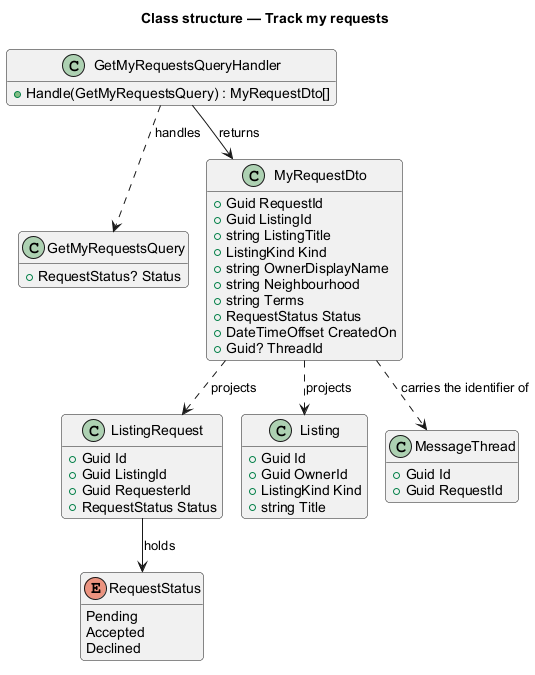
Before: docs/detailed-designs/requests/track-my-requests/diagrams/class-structure.png, a diagram exported from PlantUML (QuinntyneBrown/Barnabas).
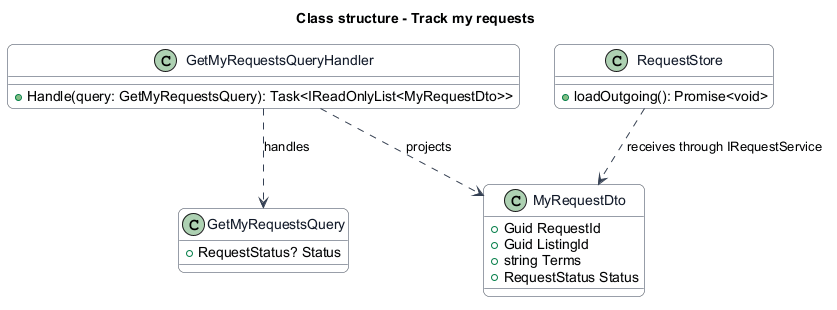
The same file after the commit.

The edit, as a diff of the source:
```diff
@@ -1,56 +1,40 @@
 @startuml
-!pragma layout smetana
-title Class structure — Track my requests
 skinparam backgroundColor #FFFFFF
 skinparam shadowing false
-skinparam roundcorner 8
+skinparam roundcorner 12
 skinparam defaultFontName Arial
-hide empty members
-
+skinparam ArrowColor #344054
+skinparam rectangle {
+  BorderColor #344054
+  FontColor #101828
+}
+skinparam package {
+  BorderColor #667085
+  FontColor #101828
+  BackgroundColor #F9FAFB
+}
+skinparam class {
+  BorderColor #344054
+  FontColor #101828
+  BackgroundColor #F9FAFB
+}
+title Class structure - Track my requests
 class GetMyRequestsQuery {
   +RequestStatus? Status
 }
 class GetMyRequestsQueryHandler {
-  +Handle(GetMyRequestsQuery) : MyRequestDto[]
+  +Handle(query: GetMyRequestsQuery): Task<IReadOnlyList<MyRequestDto>>
 }
 class MyRequestDto {
   +Guid RequestId
   +Guid ListingId
-  +string ListingTitle
-  +ListingKind Kind
-  +string OwnerDisplayName
-  +string Neighbourhood
   +string Terms
   +RequestStatus Status
-  +DateTimeOffset CreatedOn
-  +Guid? ThreadId
 }
-class ListingRequest {
-  +Guid Id
-  +Guid ListingId
-  +Guid RequesterId
-  +RequestStatus Status
+class RequestStore {
+  +loadOutgoing(): Promise<void>
 }
-enum RequestStatus {
-  Pending
-  Accepted
-  Declined
-}
-class Listing {
-  +Guid Id
-  +Guid OwnerId
-  +ListingKind Kind
-  +string Title
-}
-class MessageThread {
-  +Guid Id
-  +Guid RequestId
-}
-
 GetMyRequestsQueryHandler ..> GetMyRequestsQuery : handles
-GetMyRequestsQueryHandler --> MyRequestDto : returns
-MyRequestDto ..> ListingRequest : projects
-MyRequestDto ..> Listing : projects
-MyRequestDto ..> MessageThread : carries the identifier of
-ListingRequest --> RequestStatus : holds
+GetMyRequestsQueryHandler ..> MyRequestDto : projects
+RequestStore ..> MyRequestDto : receives through IRequestService
 @enduml
```
